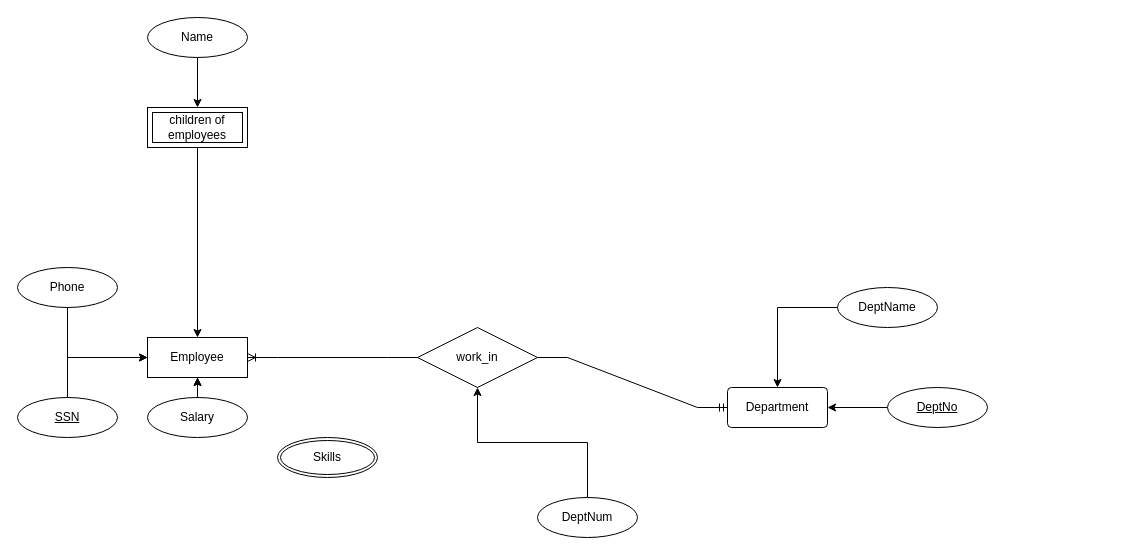
This is bai1sql.drawio from frozenproof/dactaphanmem, a draw.io file, before an edit. Source tidied: cells renumbered, new cells numbered last; positions are measured from the earlier drawing's top-left corner, leaving out a move shared by most shapes. Both pictures are drawn from the tidied source at 100%, with x=0, y=0 at pixel (17, 17).
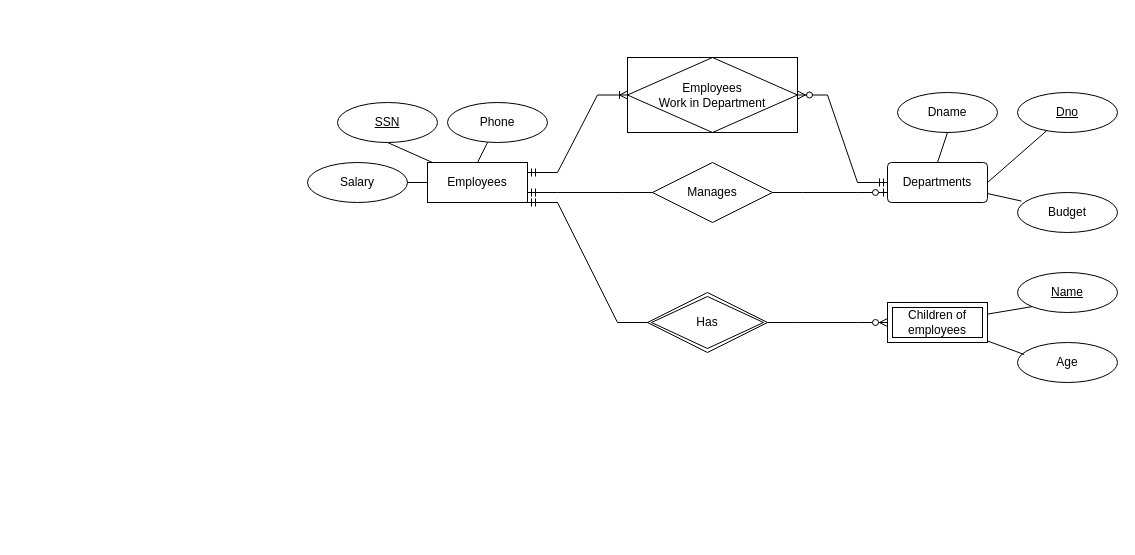
Above is the later version.

Change to the diagram source:
```diff
@@
-    <mxCell id="2" value="Employee" style="whiteSpace=wrap;html=1;align=center;" parent="1" vertex="1">
-      <mxGeometry x="130" y="320" width="100" height="40" as="geometry" />
+    <mxCell id="2" value="Employees" style="whiteSpace=wrap;html=1;align=center;" parent="1" vertex="1">
+      <mxGeometry x="410" y="145" width="100" height="40" as="geometry" />
     </mxCell>
-    <mxCell id="3" style="edgeStyle=orthogonalEdgeStyle;rounded=0;jettySize=auto;html=1;exitX=0.5;exitY=0;exitDx=0;exitDy=0;" parent="1" edge="1" source="4" target="2">
-      <mxGeometry relative="1" as="geometry">
-        <Array as="points">
-          <mxPoint x="50" y="340" />
-        </Array>
-      </mxGeometry>
-    </mxCell>
     <mxCell id="4" value="Phone" style="ellipse;whiteSpace=wrap;html=1;align=center;fontStyle=0;" parent="1" vertex="1">
-      <mxGeometry y="250" width="100" height="40" as="geometry" />
+      <mxGeometry x="430" y="85" width="100" height="40" as="geometry" />
     </mxCell>
-    <mxCell id="5" value="Department" style="rounded=1;arcSize=10;whiteSpace=wrap;html=1;align=center;" parent="1" vertex="1">
-      <mxGeometry x="710" y="370" width="100" height="40" as="geometry" />
+    <mxCell id="5" value="Departments" style="rounded=1;arcSize=10;whiteSpace=wrap;html=1;align=center;" parent="1" vertex="1">
+      <mxGeometry x="870" y="145" width="100" height="40" as="geometry" />
     </mxCell>
-    <mxCell id="6" style="edgeStyle=orthogonalEdgeStyle;rounded=0;jettySize=auto;html=1;" parent="1" edge="1" source="7" target="2">
-      <mxGeometry relative="1" as="geometry">
-        <Array as="points">
-          <mxPoint x="50" y="340" />
-        </Array>
-      </mxGeometry>
-    </mxCell>
     <mxCell id="7" value="SSN" style="ellipse;whiteSpace=wrap;html=1;align=center;fontStyle=4;" parent="1" vertex="1">
-      <mxGeometry y="380" width="100" height="40" as="geometry" />
+      <mxGeometry x="320" y="85" width="100" height="40" as="geometry" />
     </mxCell>
-    <mxCell id="8" style="edgeStyle=orthogonalEdgeStyle;rounded=0;jettySize=auto;html=1;" parent="1" edge="1" source="22" target="2">
-      <mxGeometry relative="1" as="geometry" />
-    </mxCell>
-    <mxCell id="9" style="edgeStyle=orthogonalEdgeStyle;rounded=0;jettySize=auto;html=1;" parent="1" edge="1" source="22" target="2">
-      <mxGeometry relative="1" as="geometry" />
-    </mxCell>
-    <mxCell id="10" value="Skills" style="ellipse;shape=doubleEllipse;margin=3;whiteSpace=wrap;html=1;align=center;" parent="1" vertex="1">
-      <mxGeometry x="260" y="420" width="100" height="40" as="geometry" />
-    </mxCell>
-    <mxCell id="11" style="edgeStyle=orthogonalEdgeStyle;rounded=0;jettySize=auto;html=1;entryX=1;entryY=0.5;entryDx=0;entryDy=0;" parent="1" edge="1" source="12" target="5">
-      <mxGeometry relative="1" as="geometry" />
-    </mxCell>
-    <mxCell id="12" value="DeptNo" style="ellipse;whiteSpace=wrap;html=1;align=center;fontStyle=4;" parent="1" vertex="1">
-      <mxGeometry x="870" y="370" width="100" height="40" as="geometry" />
+    <mxCell id="12" value="Dno" style="ellipse;whiteSpace=wrap;html=1;align=center;fontStyle=4;" parent="1" vertex="1">
+      <mxGeometry x="1000" y="75" width="100" height="40" as="geometry" />
     </mxCell>
-    <mxCell id="13" style="edgeStyle=orthogonalEdgeStyle;rounded=0;jettySize=auto;html=1;" parent="1" edge="1" source="14" target="5">
-      <mxGeometry relative="1" as="geometry" />
-    </mxCell>
-    <mxCell id="14" value="DeptName" style="ellipse;whiteSpace=wrap;html=1;align=center;" parent="1" vertex="1">
-      <mxGeometry x="820" y="270" width="100" height="40" as="geometry" />
+    <mxCell id="14" value="Dname" style="ellipse;whiteSpace=wrap;html=1;align=center;" parent="1" vertex="1">
+      <mxGeometry x="880" y="75" width="100" height="40" as="geometry" />
     </mxCell>
-    <mxCell id="15" value="work_in" style="shape=rhombus;perimeter=rhombusPerimeter;whiteSpace=wrap;html=1;align=center;" parent="1" vertex="1">
-      <mxGeometry x="400" y="310" width="120" height="60" as="geometry" />
-    </mxCell>
-    <mxCell id="16" style="edgeStyle=entityRelationEdgeStyle;fontSize=12;html=1;endArrow=ERmandOne;rounded=0;exitX=1;exitY=0.5;exitDx=0;exitDy=0;" parent="1" edge="1" source="15" target="5">
-      <mxGeometry relative="1" as="geometry" />
-    </mxCell>
-    <mxCell id="17" style="edgeStyle=entityRelationEdgeStyle;fontSize=12;html=1;endArrow=ERoneToMany;rounded=0;exitX=0;exitY=0.5;exitDx=0;exitDy=0;entryX=1;entryY=0.5;entryDx=0;entryDy=0;" parent="1" edge="1" source="15" target="2">
-      <mxGeometry relative="1" as="geometry" />
-    </mxCell>
-    <mxCell id="18" style="edgeStyle=orthogonalEdgeStyle;rounded=0;jettySize=auto;html=1;entryX=0.5;entryY=1;entryDx=0;entryDy=0;" parent="1" edge="1" source="19" target="15">
-      <mxGeometry relative="1" as="geometry" />
-    </mxCell>
-    <mxCell id="19" value="DeptNum" style="ellipse;whiteSpace=wrap;html=1;align=center;" parent="1" vertex="1">
-      <mxGeometry x="520" y="480" width="100" height="40" as="geometry" />
-    </mxCell>
-    <mxCell id="20" style="edgeStyle=orthogonalEdgeStyle;rounded=0;jettySize=auto;html=1;" parent="1" edge="1" source="21" target="2">
-      <mxGeometry relative="1" as="geometry" />
-    </mxCell>
-    <mxCell id="21" value="children of &lt;br/&gt;employees" style="shape=ext;margin=3;double=1;whiteSpace=wrap;html=1;align=center;" parent="1" vertex="1">
-      <mxGeometry x="130" y="90" width="100" height="40" as="geometry" />
+    <mxCell id="21" value="Children of &lt;br&gt;employees" style="shape=ext;margin=3;double=1;whiteSpace=wrap;html=1;align=center;" parent="1" vertex="1">
+      <mxGeometry x="870" y="285" width="100" height="40" as="geometry" />
     </mxCell>
     <mxCell id="22" value="Salary" style="ellipse;whiteSpace=wrap;html=1;align=center;" parent="1" vertex="1">
-      <mxGeometry x="130" y="380" width="100" height="40" as="geometry" />
+      <mxGeometry x="290" y="145" width="100" height="40" as="geometry" />
     </mxCell>
+    <mxCell id="24" value="Name" style="ellipse;whiteSpace=wrap;html=1;align=center;fontStyle=4;" parent="1" vertex="1">
+      <mxGeometry x="1000" y="255" width="100" height="40" as="geometry" />
+    </mxCell>
+    <mxCell id="25" value="Age" style="ellipse;whiteSpace=wrap;html=1;align=center;" parent="1" vertex="1">
+      <mxGeometry x="1000" y="325" width="100" height="40" as="geometry" />
+    </mxCell>
+    <mxCell id="6" style="endArrow=none;html=1;rounded=0;exitX=0.5;exitY=1;exitDx=0;exitDy=0;" parent="1" edge="1" source="7" target="2">
+      <mxGeometry relative="1" as="geometry" />
+    </mxCell>
+    <mxCell id="26" style="endArrow=none;html=1;rounded=0;" parent="1" edge="1" source="2" target="22">
+      <mxGeometry relative="1" as="geometry" />
+    </mxCell>
+    <mxCell id="27" style="endArrow=none;html=1;rounded=0;exitX=0.5;exitY=0;exitDx=0;exitDy=0;entryX=0.5;entryY=1;entryDx=0;entryDy=0;" parent="1" edge="1" source="5" target="14">
+      <mxGeometry relative="1" as="geometry" />
+    </mxCell>
+    <mxCell id="28" style="endArrow=none;html=1;rounded=0;exitX=1;exitY=0.5;exitDx=0;exitDy=0;" parent="1" edge="1" source="5" target="12">
+      <mxGeometry relative="1" as="geometry" />
+    </mxCell>
+    <mxCell id="29" style="endArrow=none;html=1;rounded=0;exitX=0.5;exitY=0;exitDx=0;exitDy=0;" parent="1" edge="1" source="2" target="4">
+      <mxGeometry relative="1" as="geometry" />
+    </mxCell>
-    <mxCell id="23" style="edgeStyle=orthogonalEdgeStyle;rounded=0;jettySize=auto;html=1;" parent="1" edge="1" source="24" target="21">
+    <mxCell id="23" style="endArrow=none;html=1;rounded=0;exitX=0;exitY=1;exitDx=0;exitDy=0;" parent="1" edge="1" source="24" target="21">
       <mxGeometry relative="1" as="geometry" />
     </mxCell>
-    <mxCell id="24" value="Name" style="ellipse;whiteSpace=wrap;html=1;align=center;" parent="1" vertex="1">
-      <mxGeometry x="130" width="100" height="40" as="geometry" />
-    </mxCell>
+    <mxCell id="30" style="endArrow=none;html=1;rounded=0;exitX=0.067;exitY=0.3;exitDx=0;exitDy=0;exitPerimeter=0;" parent="1" edge="1" source="25" target="21">
+      <mxGeometry relative="1" as="geometry" />
+    </mxCell>
+    <mxCell id="31" value="Budget" style="ellipse;whiteSpace=wrap;html=1;align=center;" parent="1" vertex="1">
+      <mxGeometry x="1000" y="175" width="100" height="40" as="geometry" />
+    </mxCell>
+    <mxCell id="32" style="endArrow=none;html=1;rounded=0;entryX=0.039;entryY=0.214;entryDx=0;entryDy=0;entryPerimeter=0;" parent="1" edge="1" source="5" target="31">
+      <mxGeometry relative="1" as="geometry" />
+    </mxCell>
+    <mxCell id="33" value="Employees&lt;br&gt;Work in Department" style="shape=associativeEntity;whiteSpace=wrap;html=1;align=center;" parent="1" vertex="1">
+      <mxGeometry x="610" y="40" width="170" height="75" as="geometry" />
+    </mxCell>
+    <mxCell id="34" style="edgeStyle=entityRelationEdgeStyle;fontSize=12;html=1;endArrow=ERoneToMany;startArrow=ERmandOne;rounded=0;exitX=1;exitY=0.25;exitDx=0;exitDy=0;entryX=0;entryY=0.5;entryDx=0;entryDy=0;" parent="1" edge="1" source="2" target="33">
+      <mxGeometry relative="1" as="geometry" />
+    </mxCell>
+    <mxCell id="35" style="edgeStyle=entityRelationEdgeStyle;fontSize=12;html=1;endArrow=ERzeroToMany;startArrow=ERmandOne;rounded=0;exitX=0;exitY=0.5;exitDx=0;exitDy=0;entryX=1;entryY=0.5;entryDx=0;entryDy=0;" parent="1" edge="1" source="5" target="33">
+      <mxGeometry relative="1" as="geometry" />
+    </mxCell>
+    <mxCell id="36" value="Manages" style="shape=rhombus;perimeter=rhombusPerimeter;whiteSpace=wrap;html=1;align=center;" parent="1" vertex="1">
+      <mxGeometry x="635" y="145" width="120" height="60" as="geometry" />
+    </mxCell>
+    <mxCell id="37" value="Has" style="shape=rhombus;double=1;perimeter=rhombusPerimeter;whiteSpace=wrap;html=1;align=center;" parent="1" vertex="1">
+      <mxGeometry x="630" y="275" width="120" height="60" as="geometry" />
+    </mxCell>
+    <mxCell id="38" style="edgeStyle=entityRelationEdgeStyle;fontSize=12;html=1;endArrow=ERmandOne;rounded=0;entryX=1;entryY=1;entryDx=0;entryDy=0;exitX=0;exitY=0.5;exitDx=0;exitDy=0;" parent="1" edge="1" source="37" target="2">
+      <mxGeometry relative="1" as="geometry" />
+    </mxCell>
+    <mxCell id="39" style="edgeStyle=entityRelationEdgeStyle;fontSize=12;html=1;endArrow=ERzeroToMany;endFill=1;rounded=0;entryX=0;entryY=0.5;entryDx=0;entryDy=0;" parent="1" edge="1" source="37" target="21">
+      <mxGeometry relative="1" as="geometry" />
+    </mxCell>
+    <mxCell id="40" style="edgeStyle=entityRelationEdgeStyle;fontSize=12;html=1;endArrow=ERmandOne;rounded=0;entryX=1;entryY=0.75;entryDx=0;entryDy=0;" parent="1" edge="1" source="36" target="2">
+      <mxGeometry relative="1" as="geometry" />
+    </mxCell>
+    <mxCell id="41" style="edgeStyle=entityRelationEdgeStyle;fontSize=12;html=1;endArrow=ERzeroToOne;endFill=1;rounded=0;entryX=0;entryY=0.75;entryDx=0;entryDy=0;exitX=1;exitY=0.5;exitDx=0;exitDy=0;" parent="1" edge="1" source="36" target="5">
+      <mxGeometry relative="1" as="geometry" />
+    </mxCell>
```
